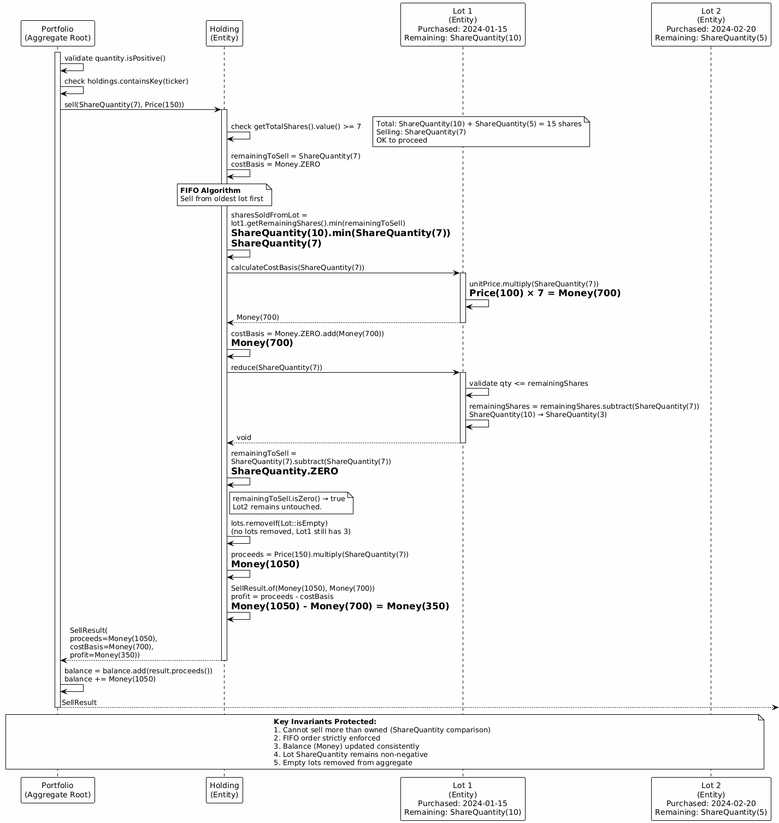
Above: doc/tutorial/sellStocks/diagrams/Rendered/sell-domain-fifo.png in alfredorueda/HexaStock (PlantUML), before the change. Source of this version:
```plantuml
@startuml sell-domain-fifo
!theme plain
skinparam backgroundColor #FEFEFE

participant "Portfolio\n(Aggregate Root)" as Portfolio
participant "Holding\n(Entity)" as Holding
participant "Lot 1\n(Entity)\nPurchased: 2024-01-15\nRemaining: ShareQuantity(10)" as Lot1
participant "Lot 2\n(Entity)\nPurchased: 2024-02-20\nRemaining: ShareQuantity(5)" as Lot2

activate Portfolio
Portfolio -> Portfolio: validate quantity.isPositive()
Portfolio -> Portfolio: check holdings.containsKey(ticker)

Portfolio -> Holding: sell(ShareQuantity(7), Price(150))
activate Holding

Holding -> Holding: check getTotalShares().value() >= 7
note right
  Total: ShareQuantity(10) + ShareQuantity(5) = 15 shares
  Selling: ShareQuantity(7)
  OK to proceed
end note

Holding -> Holding: remainingToSell = ShareQuantity(7)\ncostBasis = Money.ZERO

note over Holding
  **FIFO Algorithm**
  Sell from oldest lot first
end note

Holding -> Holding: sharesSoldFromLot =\nlot1.getRemainingShares().min(remainingToSell)\n= ShareQuantity(10).min(ShareQuantity(7))\n= ShareQuantity(7)

Holding -> Lot1: calculateCostBasis(ShareQuantity(7))
activate Lot1
Lot1 -> Lot1: unitPrice.multiply(ShareQuantity(7))\n= Price(100) × 7 = Money(700)
Lot1 --> Holding: Money(700)
deactivate Lot1

Holding -> Holding: costBasis = Money.ZERO.add(Money(700))\n= Money(700)

Holding -> Lot1: reduce(ShareQuantity(7))
activate Lot1
Lot1 -> Lot1: validate qty <= remainingShares
Lot1 -> Lot1: remainingShares = remainingShares.subtract(ShareQuantity(7))\nShareQuantity(10) → ShareQuantity(3)
Lot1 --> Holding: void
deactivate Lot1

Holding -> Holding: remainingToSell =\nShareQuantity(7).subtract(ShareQuantity(7))\n= ShareQuantity.ZERO

note right of Holding
  remainingToSell.isZero() → true
  Lot2 remains untouched.
end note

Holding -> Holding: lots.removeIf(Lot::isEmpty)\n(no lots removed, Lot1 still has 3)

Holding -> Holding: proceeds = Price(150).multiply(ShareQuantity(7))\n= Money(1050)

Holding -> Holding: SellResult.of(Money(1050), Money(700))\nprofit = proceeds - costBasis\n= Money(1050) - Money(700) = Money(350)

Holding --> Portfolio: SellResult(\nproceeds=Money(1050),\ncostBasis=Money(700),\nprofit=Money(350))
deactivate Holding

Portfolio -> Portfolio: balance = balance.add(result.proceeds())\nbalance += Money(1050)

Portfolio --> : SellResult
deactivate Portfolio

note over Portfolio, Lot2
  **Key Invariants Protected:**
  1. Cannot sell more than owned (ShareQuantity comparison)
  2. FIFO order strictly enforced
  3. Balance (Money) updated consistently
  4. Lot ShareQuantity remains non-negative
  5. Empty lots removed from aggregate
end note
@enduml
```
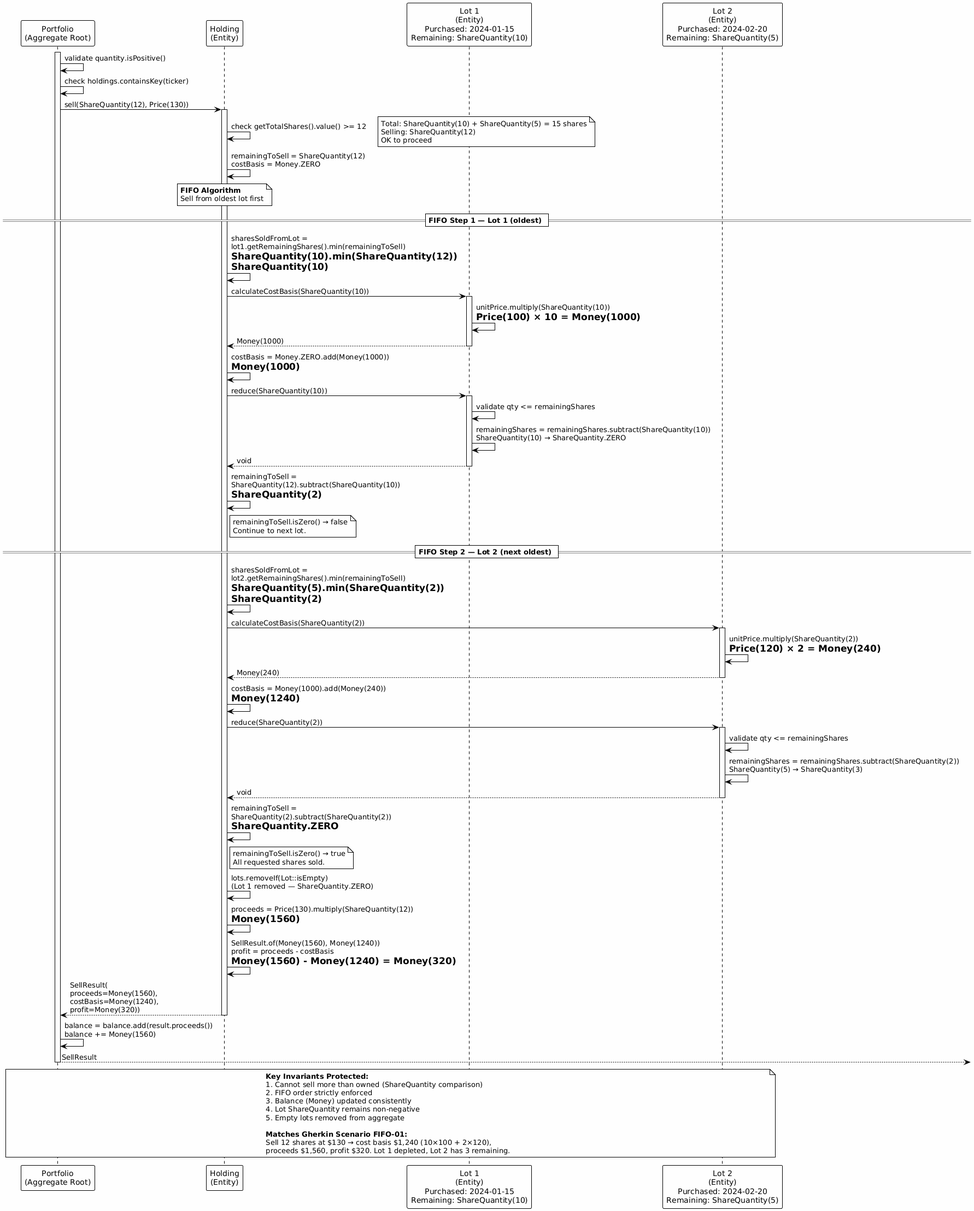
Above is the later version.

What changed in the source:
```diff
@@ -11,57 +11,85 @@
 Portfolio -> Portfolio: validate quantity.isPositive()
 Portfolio -> Portfolio: check holdings.containsKey(ticker)
 
-Portfolio -> Holding: sell(ShareQuantity(7), Price(150))
+Portfolio -> Holding: sell(ShareQuantity(12), Price(130))
 activate Holding
 
-Holding -> Holding: check getTotalShares().value() >= 7
+Holding -> Holding: check getTotalShares().value() >= 12
 note right
   Total: ShareQuantity(10) + ShareQuantity(5) = 15 shares
-  Selling: ShareQuantity(7)
+  Selling: ShareQuantity(12)
   OK to proceed
 end note
 
-Holding -> Holding: remainingToSell = ShareQuantity(7)\ncostBasis = Money.ZERO
+Holding -> Holding: remainingToSell = ShareQuantity(12)\ncostBasis = Money.ZERO
 
 note over Holding
   **FIFO Algorithm**
   Sell from oldest lot first
 end note
 
-Holding -> Holding: sharesSoldFromLot =\nlot1.getRemainingShares().min(remainingToSell)\n= ShareQuantity(10).min(ShareQuantity(7))\n= ShareQuantity(7)
+== FIFO Step 1 — Lot 1 (oldest) ==
 
-Holding -> Lot1: calculateCostBasis(ShareQuantity(7))
+Holding -> Holding: sharesSoldFromLot =\nlot1.getRemainingShares().min(remainingToSell)\n= ShareQuantity(10).min(ShareQuantity(12))\n= ShareQuantity(10)
+
+Holding -> Lot1: calculateCostBasis(ShareQuantity(10))
 activate Lot1
-Lot1 -> Lot1: unitPrice.multiply(ShareQuantity(7))\n= Price(100) × 7 = Money(700)
-Lot1 --> Holding: Money(700)
+Lot1 -> Lot1: unitPrice.multiply(ShareQuantity(10))\n= Price(100) × 10 = Money(1000)
+Lot1 --> Holding: Money(1000)
 deactivate Lot1
 
-Holding -> Holding: costBasis = Money.ZERO.add(Money(700))\n= Money(700)
+Holding -> Holding: costBasis = Money.ZERO.add(Money(1000))\n= Money(1000)
 
-Holding -> Lot1: reduce(ShareQuantity(7))
+Holding -> Lot1: reduce(ShareQuantity(10))
 activate Lot1
 Lot1 -> Lot1: validate qty <= remainingShares
-Lot1 -> Lot1: remainingShares = remainingShares.subtract(ShareQuantity(7))\nShareQuantity(10) → ShareQuantity(3)
+Lot1 -> Lot1: remainingShares = remainingShares.subtract(ShareQuantity(10))\nShareQuantity(10) → ShareQuantity.ZERO
 Lot1 --> Holding: void
 deactivate Lot1
 
-Holding -> Holding: remainingToSell =\nShareQuantity(7).subtract(ShareQuantity(7))\n= ShareQuantity.ZERO
+Holding -> Holding: remainingToSell =\nShareQuantity(12).subtract(ShareQuantity(10))\n= ShareQuantity(2)
+
+note right of Holding
+  remainingToSell.isZero() → false
+  Continue to next lot.
+end note
+
+== FIFO Step 2 — Lot 2 (next oldest) ==
+
+Holding -> Holding: sharesSoldFromLot =\nlot2.getRemainingShares().min(remainingToSell)\n= ShareQuantity(5).min(ShareQuantity(2))\n= ShareQuantity(2)
+
+Holding -> Lot2: calculateCostBasis(ShareQuantity(2))
+activate Lot2
+Lot2 -> Lot2: unitPrice.multiply(ShareQuantity(2))\n= Price(120) × 2 = Money(240)
+Lot2 --> Holding: Money(240)
+deactivate Lot2
+
+Holding -> Holding: costBasis = Money(1000).add(Money(240))\n= Money(1240)
+
+Holding -> Lot2: reduce(ShareQuantity(2))
+activate Lot2
+Lot2 -> Lot2: validate qty <= remainingShares
+Lot2 -> Lot2: remainingShares = remainingShares.subtract(ShareQuantity(2))\nShareQuantity(5) → ShareQuantity(3)
+Lot2 --> Holding: void
+deactivate Lot2
+
+Holding -> Holding: remainingToSell =\nShareQuantity(2).subtract(ShareQuantity(2))\n= ShareQuantity.ZERO
 
 note right of Holding
   remainingToSell.isZero() → true
-  Lot2 remains untouched.
+  All requested shares sold.
 end note
 
-Holding -> Holding: lots.removeIf(Lot::isEmpty)\n(no lots removed, Lot1 still has 3)
+Holding -> Holding: lots.removeIf(Lot::isEmpty)\n(Lot 1 removed — ShareQuantity.ZERO)
 
-Holding -> Holding: proceeds = Price(150).multiply(ShareQuantity(7))\n= Money(1050)
+Holding -> Holding: proceeds = Price(130).multiply(ShareQuantity(12))\n= Money(1560)
 
-Holding -> Holding: SellResult.of(Money(1050), Money(700))\nprofit = proceeds - costBasis\n= Money(1050) - Money(700) = Money(350)
+Holding -> Holding: SellResult.of(Money(1560), Money(1240))\nprofit = proceeds - costBasis\n= Money(1560) - Money(1240) = Money(320)
 
-Holding --> Portfolio: SellResult(\nproceeds=Money(1050),\ncostBasis=Money(700),\nprofit=Money(350))
+Holding --> Portfolio: SellResult(\nproceeds=Money(1560),\ncostBasis=Money(1240),\nprofit=Money(320))
 deactivate Holding
 
-Portfolio -> Portfolio: balance = balance.add(result.proceeds())\nbalance += Money(1050)
+Portfolio -> Portfolio: balance = balance.add(result.proceeds())\nbalance += Money(1560)
 
 Portfolio --> : SellResult
 deactivate Portfolio
@@ -73,5 +101,9 @@
   3. Balance (Money) updated consistently
   4. Lot ShareQuantity remains non-negative
   5. Empty lots removed from aggregate
+
+  **Matches Gherkin Scenario FIFO-01:**
+  Sell 12 shares at $130 → cost basis $1,240 (10×100 + 2×120),
+  proceeds $1,560, profit $320. Lot 1 depleted, Lot 2 has 3 remaining.
 end note
 @enduml
```
